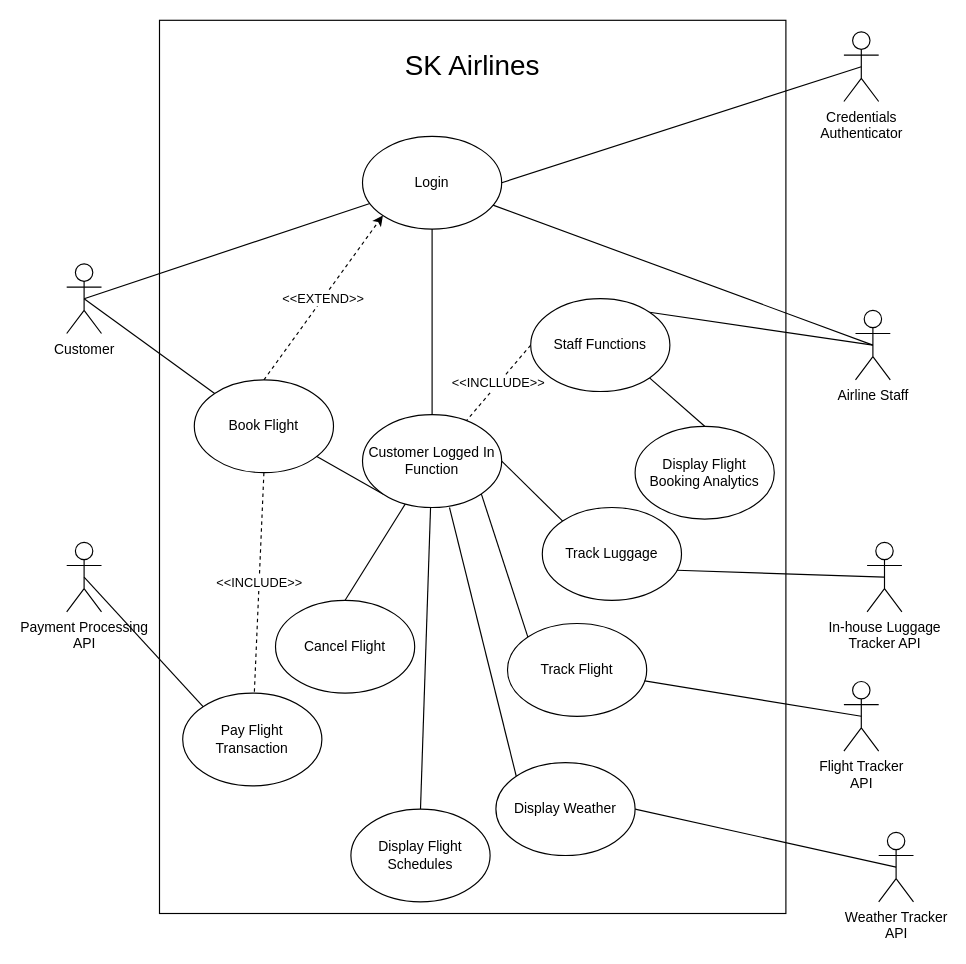
monterdekeanu/monterdekeanu keeps this draw.io diagram as SKAirlines.drawio. Above is the earlier version. Source tidied: cells renumbered, new cells numbered last; positions are measured from the earlier drawing's top-left corner, leaving out a move shared by most shapes. Both pictures are drawn from the tidied source at 116%, with x=0, y=0 at pixel (66, 20).
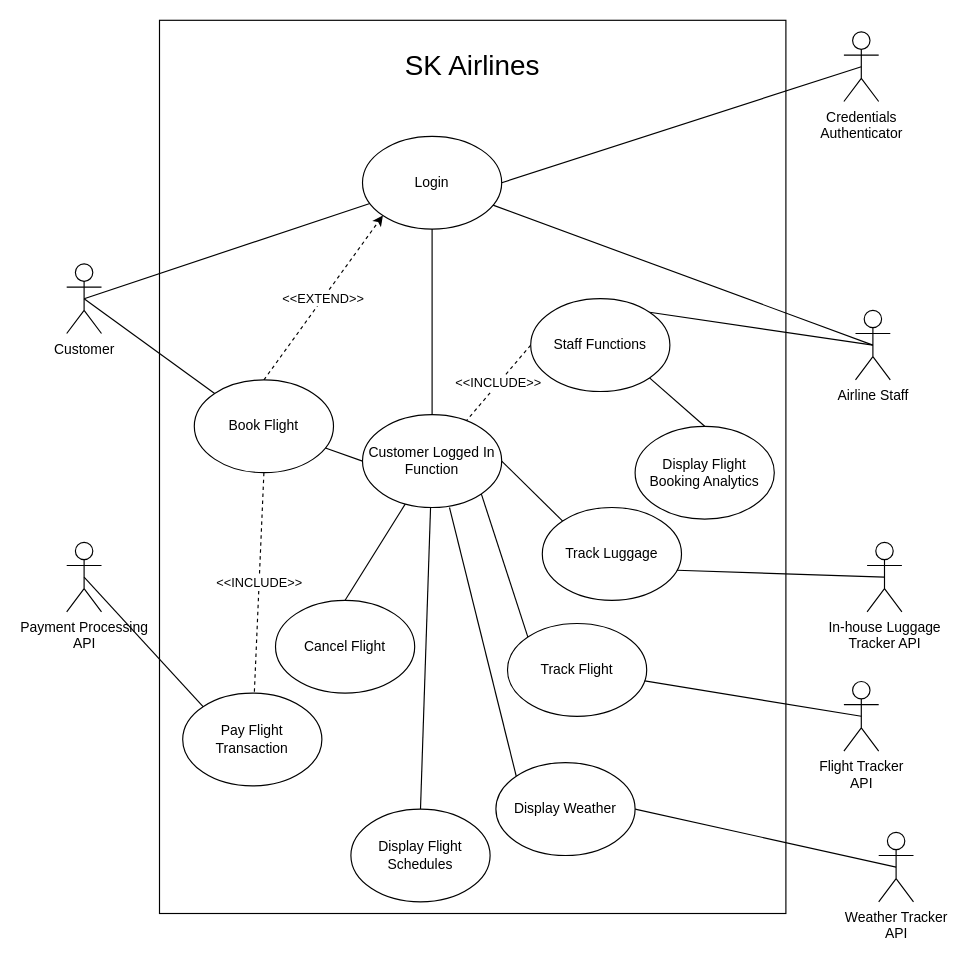
The same page after the edit.

Unchanged cells that the change refers to:
```xml
<mxCell id="7" value="Book Flight" style="ellipse;whiteSpace=wrap;html=1;" parent="1" vertex="1">
  <mxGeometry x="110" y="310" width="120" height="80" as="geometry" />
</mxCell>
<mxCell id="30" value="Customer Logged In Function" style="ellipse;whiteSpace=wrap;html=1;" parent="1" vertex="1">
  <mxGeometry x="255" y="340" width="120" height="80" as="geometry" />
</mxCell>
<mxCell id="35" value="Staff Functions" style="ellipse;whiteSpace=wrap;html=1;" parent="1" vertex="1">
  <mxGeometry x="400" y="240" width="120" height="80" as="geometry" />
</mxCell>
```

Change to the diagram source:
```diff
@@
-    <mxCell id="29" style="rounded=0;jettySize=auto;html=1;exitX=0;exitY=1;exitDx=0;exitDy=0;endArrow=none;endFill=0;" parent="1" edge="1" source="30" target="7">
+    <mxCell id="29" style="rounded=0;jettySize=auto;html=1;exitX=0;exitY=0.5;exitDx=0;exitDy=0;endArrow=none;endFill=0;" parent="1" edge="1" source="30" target="7">
       <mxGeometry relative="1" as="geometry" />
     </mxCell>
@@
-    <mxCell id="34" value="&amp;lt;&amp;lt;INCLLUDE&amp;gt;&amp;gt;" style="rounded=0;jettySize=auto;html=1;exitX=0;exitY=0.5;exitDx=0;exitDy=0;endArrow=none;endFill=0;dashed=1;" parent="1" edge="1" source="35" target="30">
+    <mxCell id="34" value="&amp;lt;&amp;lt;INCLUDE&amp;gt;&amp;gt;" style="rounded=0;jettySize=auto;html=1;exitX=0;exitY=0.5;exitDx=0;exitDy=0;endArrow=none;endFill=0;dashed=1;" parent="1" edge="1" source="35" target="30">
       <mxGeometry relative="1" as="geometry" />
     </mxCell>
```
